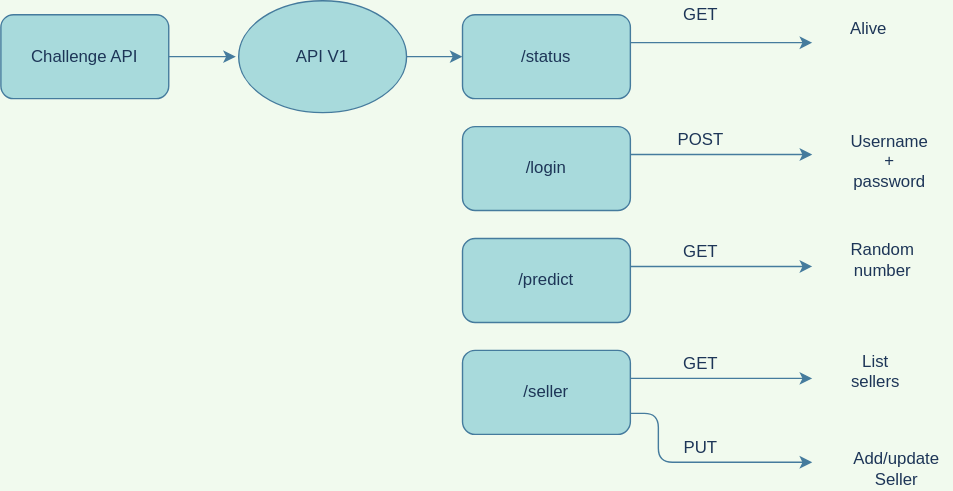
Demesmaeker/API_learning_Flask keeps this draw.io diagram as Api_UML.svg. Above is the earlier version. Source tidied: cells renumbered, new cells last; positions are measured from the earlier drawing's top-left corner, leaving out a move shared by most shapes.
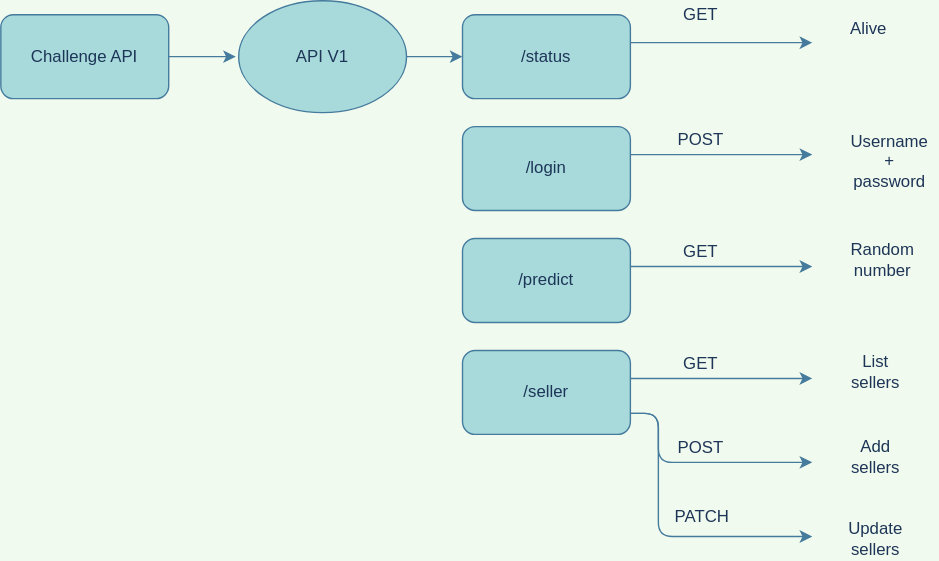
Later version of the same file.

Change to the diagram source:
```diff
@@ -85,11 +85,28 @@
     <mxCell id="22" value="&lt;div&gt;List&lt;br&gt;&lt;/div&gt;&lt;div&gt;sellers&lt;br&gt;&lt;/div&gt;" style="text;html=1;align=center;verticalAlign=middle;fontColor=#1D3557;rounded=1;" parent="1" vertex="1">
       <mxGeometry x="600" y="250" width="50" height="30" as="geometry" />
     </mxCell>
-    <mxCell id="23" value="PUT" style="text;html=1;align=center;verticalAlign=middle;fontColor=#1D3557;rounded=1;" parent="1" vertex="1">
-      <mxGeometry x="480" y="310" width="40" height="20" as="geometry" />
+    <mxCell id="23" value="POST" style="text;html=1;align=center;verticalAlign=middle;fontColor=#1D3557;rounded=1;" parent="1" vertex="1">
+      <mxGeometry x="479" y="311" width="42" height="18" as="geometry" />
     </mxCell>
-    <mxCell id="24" value="&lt;div&gt;Add/update&lt;/div&gt;&lt;div&gt; Seller&lt;/div&gt;" style="text;html=1;align=center;verticalAlign=middle;fontColor=#1D3557;rounded=1;" parent="1" vertex="1">
-      <mxGeometry x="600" y="320" width="80" height="30" as="geometry" />
-    </mxCell>
+    <mxCell id="25" style="edgeStyle=orthogonalEdgeStyle;orthogonalLoop=1;jettySize=auto;html=1;exitX=1;exitY=0.75;exitDx=0;exitDy=0;labelBackgroundColor=#F1FAEE;strokeColor=#457B9D;fontColor=#1D3557;" parent="1" edge="1">
+      <mxGeometry relative="1" as="geometry">
+        <mxPoint x="450" y="295" as="sourcePoint" />
+        <mxPoint x="580" y="383" as="targetPoint" />
+        <Array as="points">
+          <mxPoint x="470" y="295" />
+          <mxPoint x="470" y="383" />
+          <mxPoint x="580" y="383" />
+        </Array>
+      </mxGeometry>
+    </mxCell>
+    <mxCell id="26" value="&lt;div&gt;Update&lt;br&gt;&lt;/div&gt;&lt;div&gt;sellers&lt;br&gt;&lt;/div&gt;" style="text;html=1;align=center;verticalAlign=middle;fontColor=#1D3557;rounded=1;" parent="1" vertex="1">
+      <mxGeometry x="595" y="370" width="60" height="30" as="geometry" />
+    </mxCell>
+    <mxCell id="27" value="&lt;div&gt;Add&lt;br&gt;&lt;/div&gt;&lt;div&gt;sellers&lt;br&gt;&lt;/div&gt;" style="text;html=1;align=center;verticalAlign=middle;fontColor=#1D3557;rounded=1;" parent="1" vertex="1">
+      <mxGeometry x="600" y="311" width="50" height="30" as="geometry" />
+    </mxCell>
+    <mxCell id="28" value="PATCH" style="text;html=1;align=center;verticalAlign=middle;fontColor=#1D3557;rounded=1;" parent="1" vertex="1">
+      <mxGeometry x="476" y="359" width="50" height="20" as="geometry" />
+    </mxCell>
   </root>
 </mxGraphModel>
```
